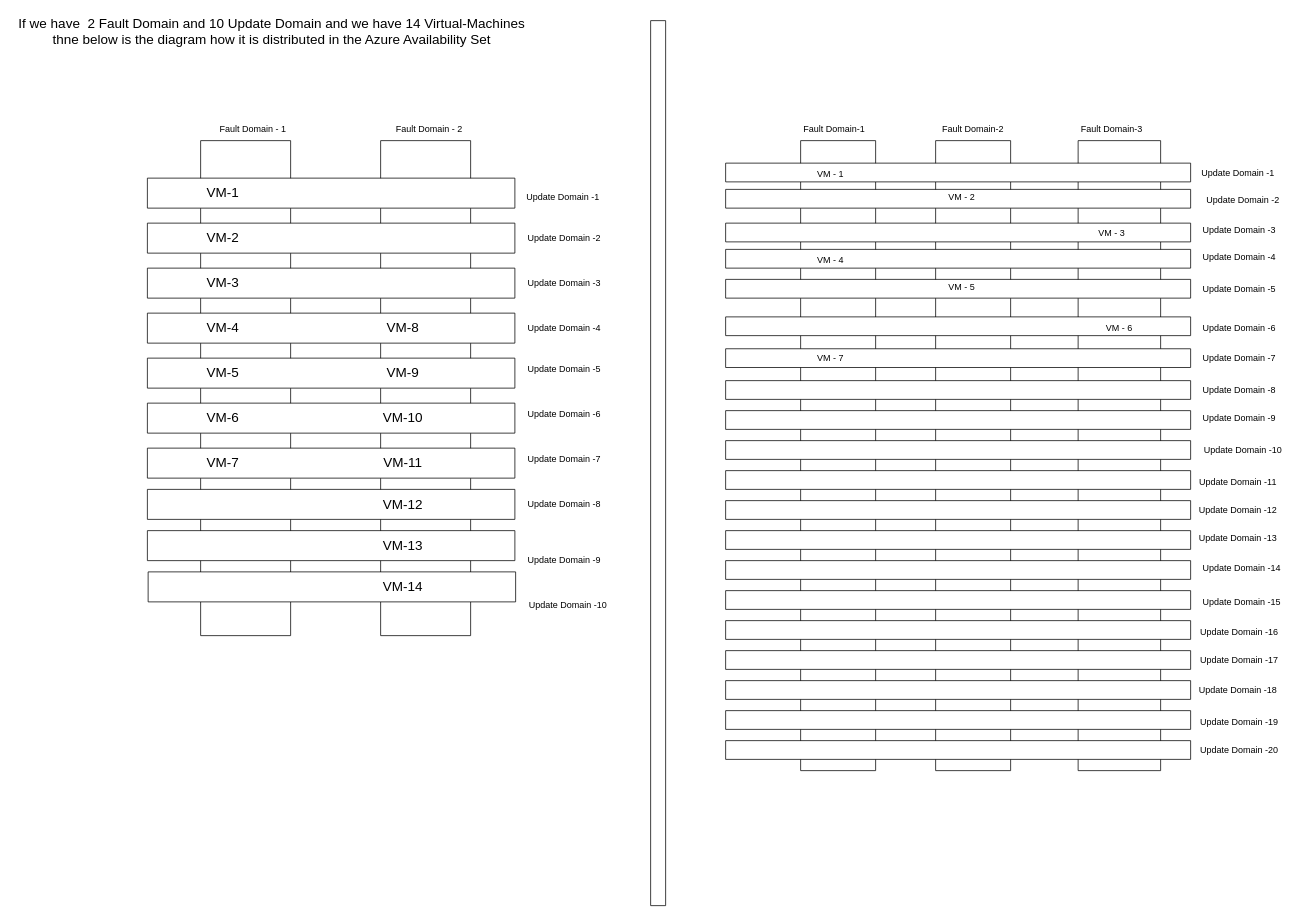
Earlier version of the draw.io diagram 01-azure-diagram/009-Availability-set.drawio (sam-germany/all-exams). Source tidied: cells renumbered, new cells numbered last; positions are measured from the earlier drawing's top-left corner, leaving out a move shared by most shapes. Both pictures are drawn from the tidied source at 75%, with x=0, y=0 at pixel (13, 13).
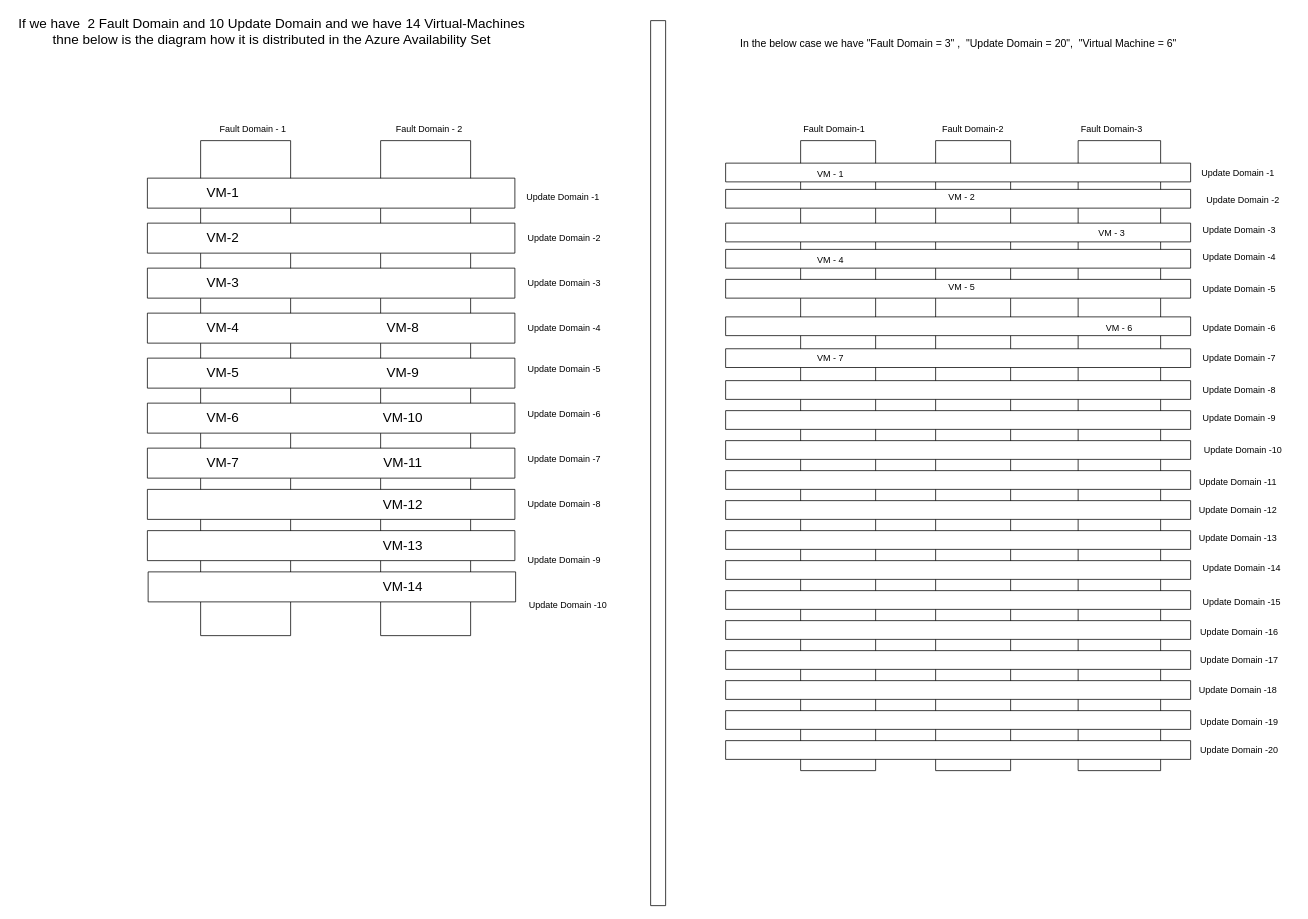
After the change.

Diff of the diagram source:
```diff
@@
+    <mxCell id="95" value="In the below case we have &quot;Fault Domain = 3&quot; ,&amp;nbsp; &quot;Update Domain = 20&quot;,&amp;nbsp; &quot;Virtual Machine = 6&quot;" style="text;html=1;align=center;verticalAlign=middle;strokeColor=none;fillColor=none;fontSize=14;" parent="1" vertex="1">
+      <mxGeometry x="960" y="30" width="600" height="20" as="geometry" />
+    </mxCell>
```
